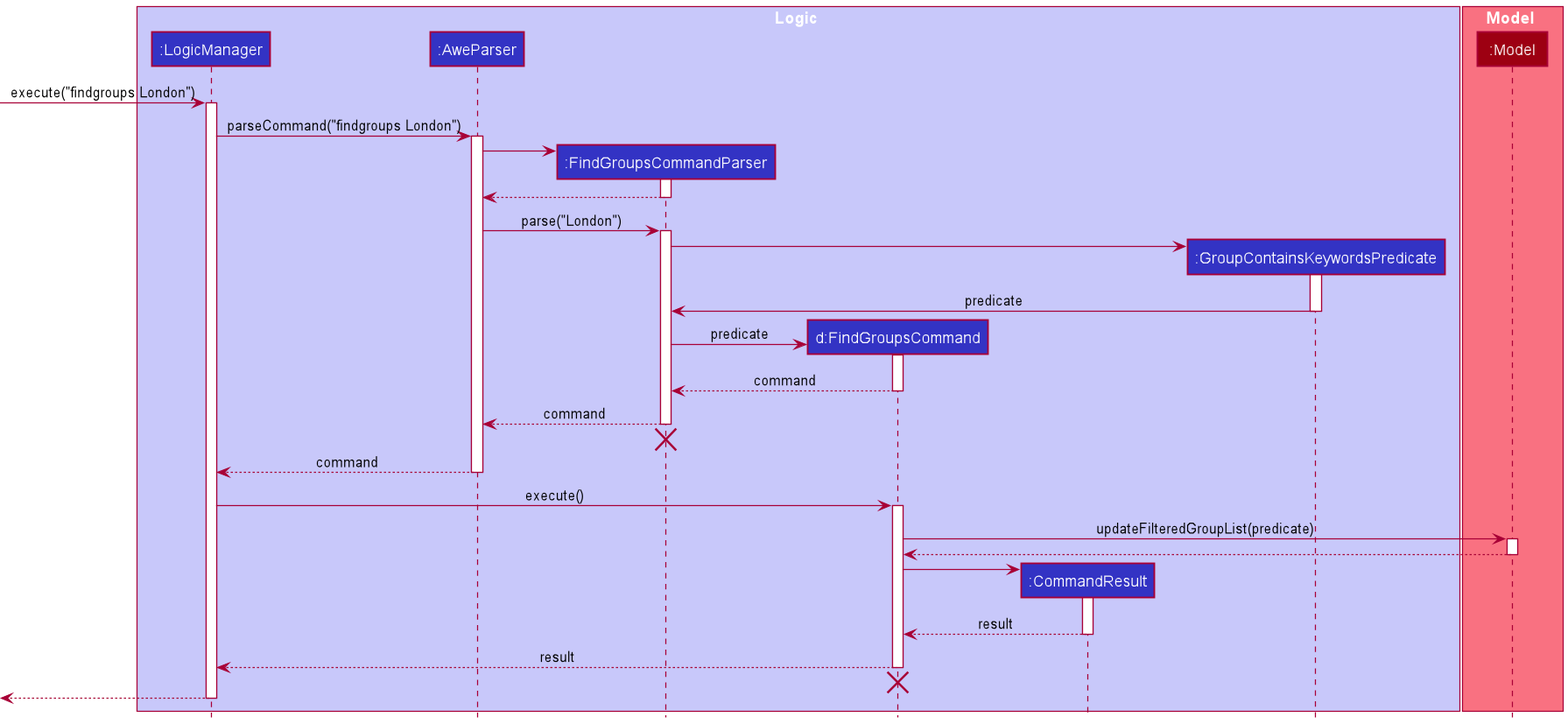
Before: docs/images/FindGroupsSequenceDiagram.png, a diagram exported from PlantUML (ramapriyan912001/tp).
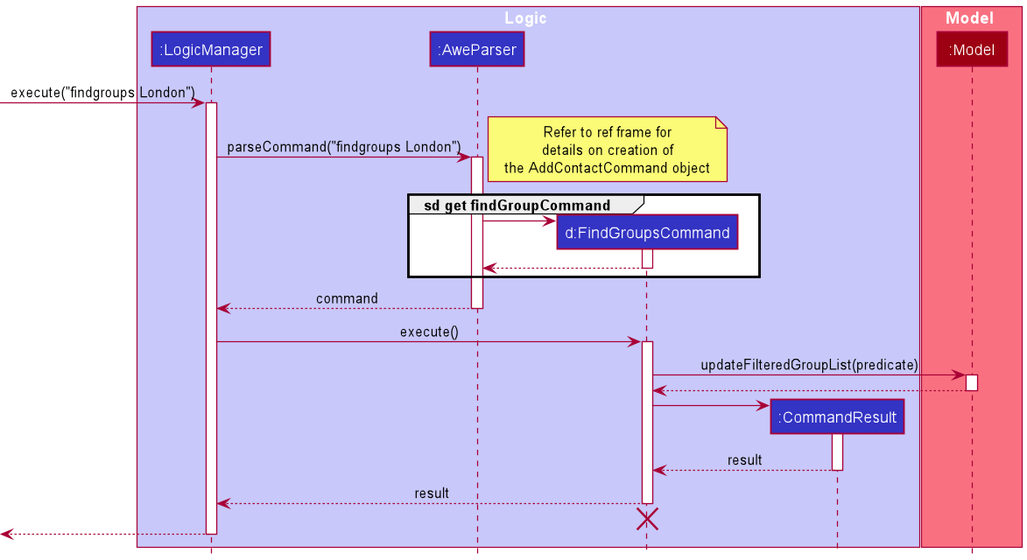
Above is the later version.

Diff of the diagram source:
```diff
@@ -2,12 +2,11 @@
 !include style.puml
 
 box Logic LOGIC_COLOR_T1
+
 participant ":LogicManager" as LogicManager LOGIC_COLOR
 participant ":AweParser" as AweParser LOGIC_COLOR
-participant ":FindGroupsCommandParser" as FindGroupsCommandParser LOGIC_COLOR
 participant "d:FindGroupsCommand" as FindGroupsCommand LOGIC_COLOR
 participant ":CommandResult" as CommandResult LOGIC_COLOR
-participant ":GroupContainsKeywordsPredicate" as GroupContainsKeywordsPredicate LOGIC_COLOR
 end box
 
 box Model MODEL_COLOR_T1
@@ -20,34 +19,18 @@
 LogicManager -> AweParser : parseCommand("findgroups London")
 activate AweParser
 
-create FindGroupsCommandParser
-AweParser -> FindGroupsCommandParser
-activate FindGroupsCommandParser
-
-FindGroupsCommandParser --> AweParser
-deactivate FindGroupsCommandParser
-
-AweParser -> FindGroupsCommandParser : parse("London")
-activate FindGroupsCommandParser
-
-create GroupContainsKeywordsPredicate
-FindGroupsCommandParser -> GroupContainsKeywordsPredicate
-activate GroupContainsKeywordsPredicate
-
-GroupContainsKeywordsPredicate -> FindGroupsCommandParser : predicate
-deactivate GroupContainsKeywordsPredicate
-
+note right
+Refer to ref frame for
+details on creation of
+the AddContactCommand object
+end note
+group sd get findGroupCommand
 create FindGroupsCommand
-FindGroupsCommandParser -> FindGroupsCommand : predicate
+AweParser -> FindGroupsCommand
 activate FindGroupsCommand
-
-FindGroupsCommand --> FindGroupsCommandParser : command
+FindGroupsCommand --> AweParser
 deactivate FindGroupsCommand
-
-FindGroupsCommandParser --> AweParser : command
-deactivate FindGroupsCommandParser
-FindGroupsCommandParser -[hidden]-> AweParser
-destroy FindGroupsCommandParser
+end group
 
 AweParser --> LogicManager : command
 deactivate AweParser
```
